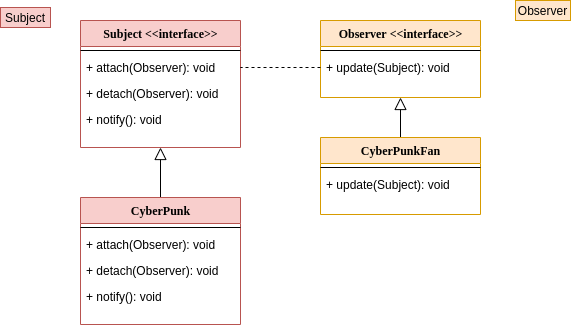
Before: assets/behavioral/Observer.png, a diagram exported from draw.io (nicolaskruger/designPatterns). Source tidied: cells renumbered, new cells last; positions are measured from the earlier drawing's top-left corner, leaving out a move shared by most shapes.
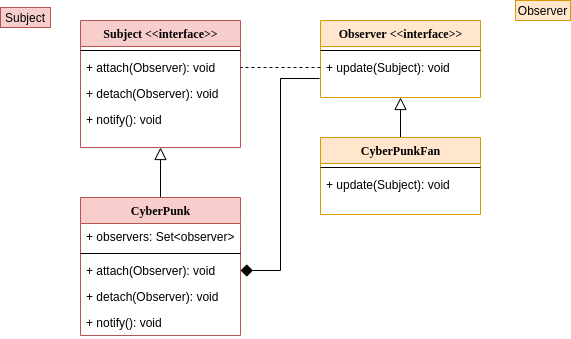
The same diagram one commit later.

The edit, as a diff of the source:
```diff
@@ -21,19 +21,22 @@
       <mxGeometry y="86" width="160" height="26" as="geometry" />
     </mxCell>
     <mxCell id="8" value="CyberPunk" style="swimlane;html=1;fontStyle=1;align=center;verticalAlign=top;horizontal=1;startSize=26;swimlaneFillColor=#ffffff;rounded=0;shadow=0;comic=0;labelBackgroundColor=none;strokeWidth=1;fillColor=#f8cecc;fontFamily=Verdana;fontSize=12;strokeColor=#b85450;" parent="1" vertex="1">
-      <mxGeometry x="80" y="197" width="160" height="127" as="geometry" />
+      <mxGeometry x="80" y="197" width="160" height="138" as="geometry" />
     </mxCell>
+    <mxCell id="23" value="+ observers: Set&amp;lt;observer&amp;gt;" style="text;html=1;strokeColor=none;fillColor=none;align=left;verticalAlign=top;spacingLeft=4;spacingRight=4;whiteSpace=wrap;overflow=hidden;" parent="8" vertex="1">
+      <mxGeometry y="26" width="160" height="26" as="geometry" />
+    </mxCell>
     <mxCell id="9" style="line;html=1;strokeWidth=1;fillColor=none;align=left;verticalAlign=middle;spacingTop=-1;spacingLeft=3;spacingRight=3;labelPosition=right;" parent="8" vertex="1">
-      <mxGeometry y="26" width="160" height="8" as="geometry" />
+      <mxGeometry y="52" width="160" height="8" as="geometry" />
     </mxCell>
     <mxCell id="10" value="+ attach(Observer): void" style="text;html=1;strokeColor=none;fillColor=none;align=left;verticalAlign=top;spacingLeft=4;spacingRight=4;whiteSpace=wrap;overflow=hidden;points=[[0,0.5],[1,0.5]];portConstraint=eastwest;" parent="8" vertex="1">
-      <mxGeometry y="34" width="160" height="26" as="geometry" />
+      <mxGeometry y="60" width="160" height="26" as="geometry" />
     </mxCell>
     <mxCell id="11" value="+ detach(Observer): void" style="text;html=1;strokeColor=none;fillColor=none;align=left;verticalAlign=top;spacingLeft=4;spacingRight=4;whiteSpace=wrap;overflow=hidden;" parent="8" vertex="1">
-      <mxGeometry y="60" width="160" height="26" as="geometry" />
+      <mxGeometry y="86" width="160" height="26" as="geometry" />
     </mxCell>
     <mxCell id="12" value="+ notify(): void" style="text;html=1;strokeColor=none;fillColor=none;align=left;verticalAlign=top;spacingLeft=4;spacingRight=4;whiteSpace=wrap;overflow=hidden;" parent="8" vertex="1">
-      <mxGeometry y="86" width="160" height="26" as="geometry" />
+      <mxGeometry y="112" width="160" height="26" as="geometry" />
     </mxCell>
     <mxCell id="13" style="edgeStyle=orthogonalEdgeStyle;rounded=0;jettySize=auto;html=1;exitX=0.5;exitY=1;exitDx=0;exitDy=0;entryX=0.5;entryY=0;entryDx=0;entryDy=0;startArrow=block;startFill=0;startSize=10;endArrow=none;endFill=0;" parent="1" edge="1" source="14" target="19">
       <mxGeometry relative="1" as="geometry" />
@@ -65,5 +68,8 @@
     <mxCell id="22" value="Observer" style="text;html=1;strokeColor=#d79b00;fillColor=#ffe6cc;align=center;verticalAlign=middle;whiteSpace=wrap;rounded=0;" parent="1" vertex="1">
       <mxGeometry x="515" width="55" height="20" as="geometry" />
     </mxCell>
+    <mxCell id="24" style="edgeStyle=orthogonalEdgeStyle;rounded=0;jettySize=auto;html=1;exitX=1;exitY=0.5;exitDx=0;exitDy=0;entryX=-0.006;entryY=0.923;entryDx=0;entryDy=0;entryPerimeter=0;startArrow=diamond;startFill=1;startSize=10;endArrow=none;endFill=0;" parent="1" edge="1" source="10" target="16">
+      <mxGeometry relative="1" as="geometry" />
+    </mxCell>
   </root>
 </mxGraphModel>
```
